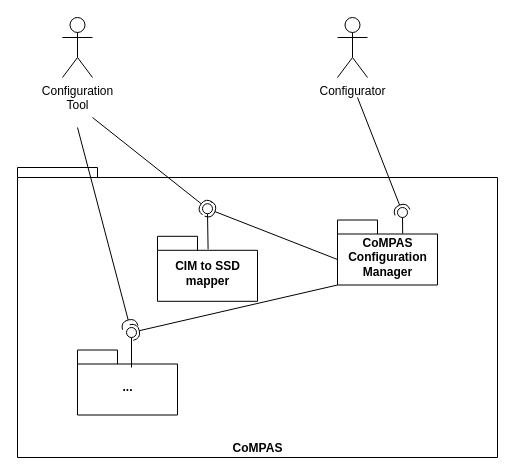
The draw.io diagram page "1st level" (3 of 5) of blob-files/CoMPAS.drawio in com-pas/compas-architecture, before the edit. Source tidied: cells renumbered, new cells numbered last; positions are measured from the earlier drawing's top-left corner, leaving out a move shared by most shapes. Both pictures are drawn from the tidied source at 100%, with x=0, y=0 at pixel (17, 17).
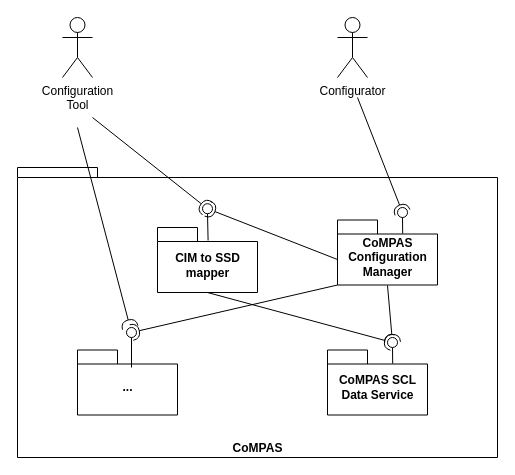
The same diagram, later.

Commit message (it also covers changes not shown here):
Added CoMPAS SCL Data Service to Functional Architecture

The edit, as a diff of the source:
```diff
@@
     <mxCell id="3" value="CIM to SSD &lt;br&gt;mapper" style="shape=folder;fontStyle=1;spacingTop=10;tabWidth=40;tabHeight=14;tabPosition=left;html=1;" parent="1" vertex="1">
-      <mxGeometry x="140" y="218.8" width="100" height="65" as="geometry" />
+      <mxGeometry x="140" y="210" width="100" height="65" as="geometry" />
     </mxCell>
@@
+    <mxCell id="19" value="CoMPAS SCL&lt;br&gt;Data Service" style="shape=folder;fontStyle=1;spacingTop=10;tabWidth=40;tabHeight=14;tabPosition=left;html=1;" parent="1" vertex="1">
+      <mxGeometry x="310" y="332.5" width="100" height="65" as="geometry" />
+    </mxCell>
+    <mxCell id="20" style="rounded=0;jettySize=auto;html=1;endArrow=none;endFill=0;exitX=0.652;exitY=0.21;exitDx=0;exitDy=0;exitPerimeter=0;" parent="1" edge="1" source="19" target="21">
+      <mxGeometry relative="1" as="geometry" />
+    </mxCell>
+    <mxCell id="21" style="ellipse;whiteSpace=wrap;html=1;fontFamily=Helvetica;fontSize=12;fontColor=#000000;align=center;strokeColor=#000000;fillColor=#ffffff;points=[];" parent="1" vertex="1">
+      <mxGeometry x="370" y="320" width="10" height="10" as="geometry" />
+    </mxCell>
+    <mxCell id="22" style="rounded=0;jettySize=auto;html=1;endArrow=halfCircle;endFill=0;entryX=0.5;entryY=0.5;entryDx=0;entryDy=0;endSize=6;strokeWidth=1;exitX=0.5;exitY=1;exitDx=0;exitDy=0;exitPerimeter=0;" parent="1" edge="1" source="3">
+      <mxGeometry relative="1" as="geometry">
+        <mxPoint x="375" y="325" as="targetPoint" />
+      </mxGeometry>
+    </mxCell>
+    <mxCell id="23" style="rounded=0;orthogonalLoop=1;jettySize=auto;html=1;endArrow=halfCircle;endFill=0;entryX=0.5;entryY=0.5;entryDx=0;entryDy=0;endSize=6;strokeWidth=1;" parent="1" edge="1">
+      <mxGeometry relative="1" as="geometry">
+        <mxPoint x="370" y="268" as="sourcePoint" />
+        <mxPoint x="375" y="325" as="targetPoint" />
+      </mxGeometry>
+    </mxCell>
```
